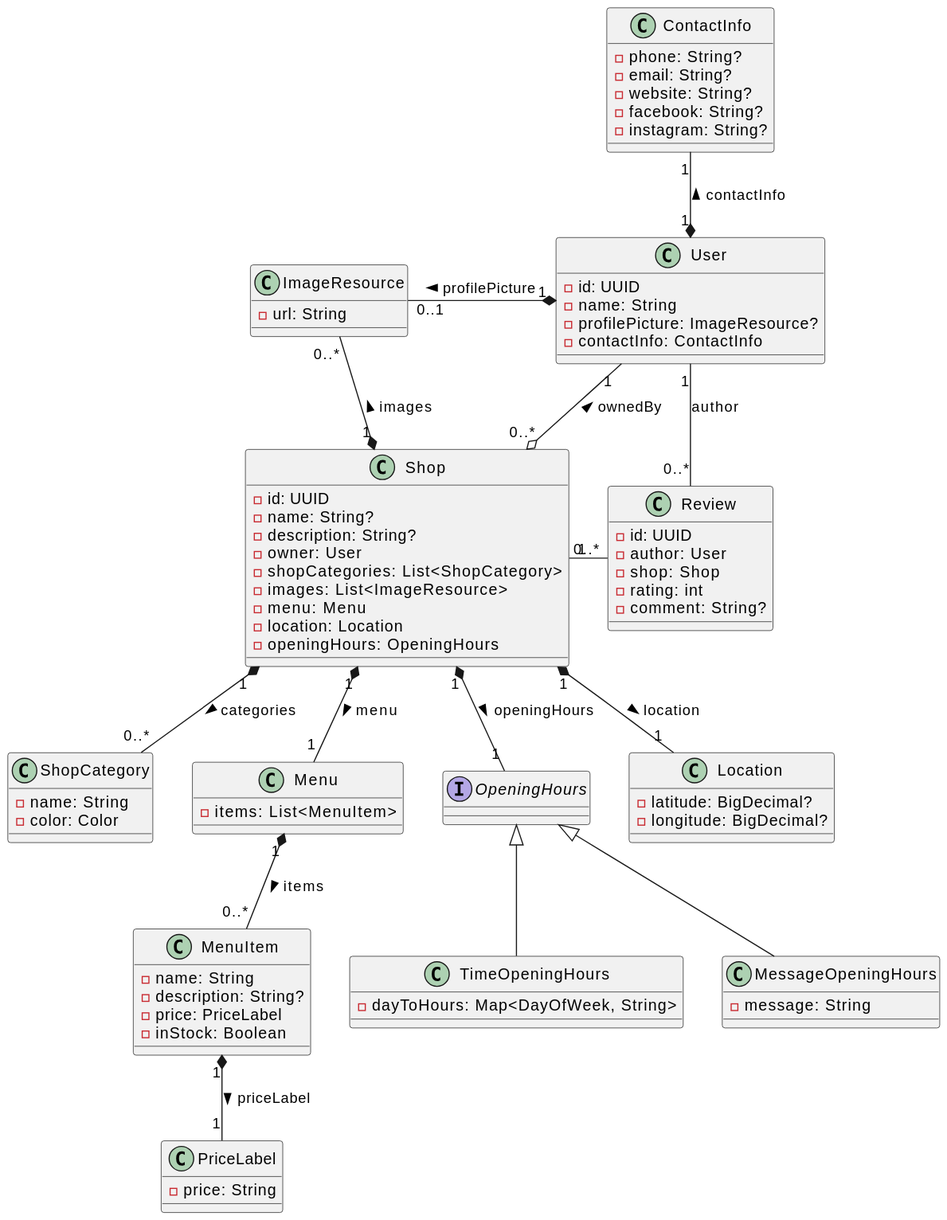
Above: docs/diagram-img/class_diagram.svg in tondracek/my-farmer (PlantUML), before the change.
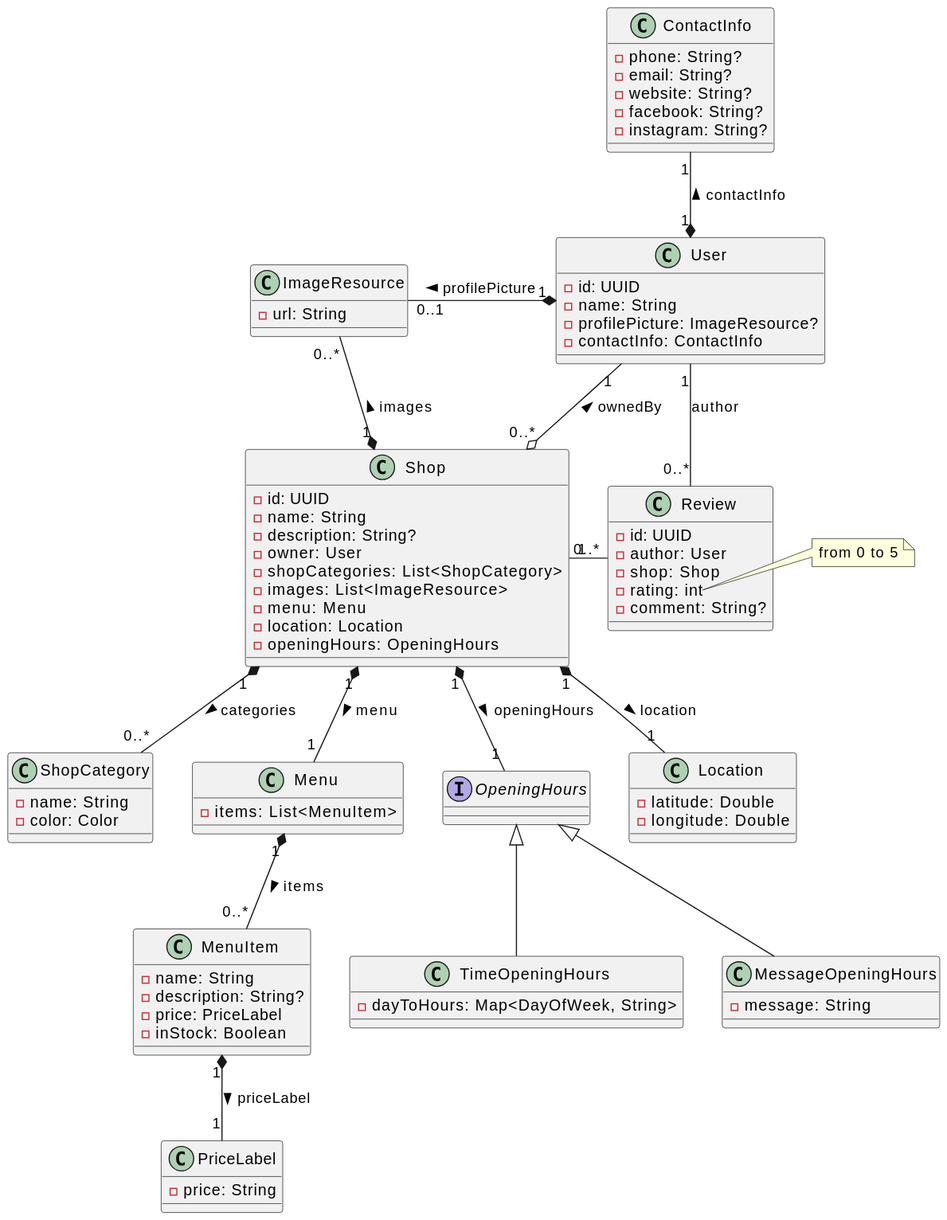
The same file after the commit.

Commit message:
🖼️ Auto-update UML diagrams

The edit, as a diff of the source:
```diff
@@ -29,7 +29,7 @@
 
 class Shop {
     - id: UUID
-    - name: String?
+    - name: String
     - description: String?
     - owner: User
     - shopCategories: List<ShopCategory>
@@ -89,8 +89,8 @@
 
 
 class Location {
-    - latitude: BigDecimal?
-    - longitude: BigDecimal?
+    - latitude: Double
+    - longitude: Double
 }
 
 Shop "1" *-- "1" Location : location >
@@ -104,6 +104,10 @@
     - comment: String?
 }
 
+note right of Review::rating
+    from 0 to 5
+end note
+
 Shop "1" - "0..*" Review
 User "1" -- "0..*" Review : author
 @enduml
```
